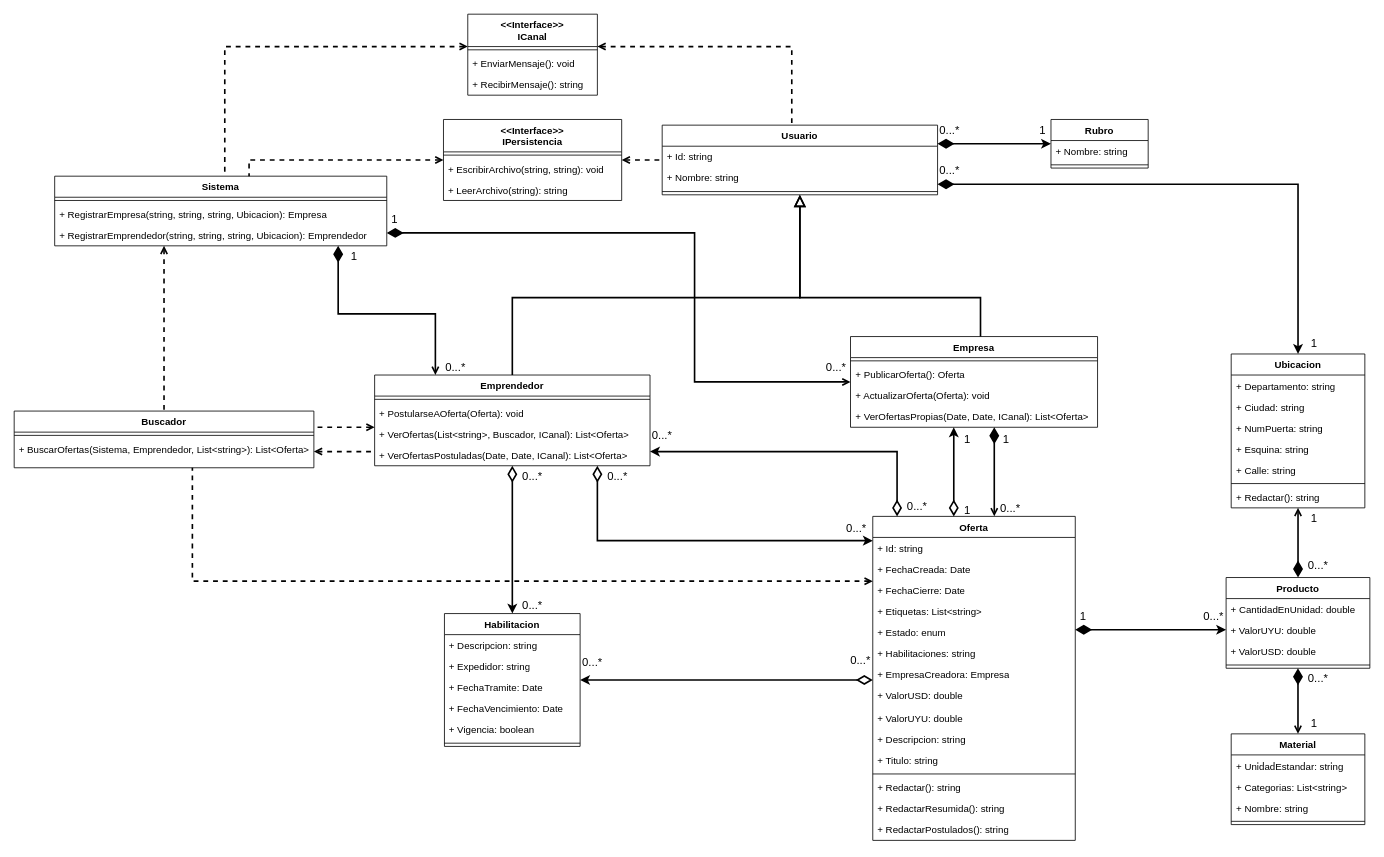
Before: docs/ProyectoFinal_E13_UML(2).drawio in ucudal/PII_2021_2_Equipo13, a draw.io diagram. Source tidied: cells renumbered, new cells numbered last; positions are measured from the earlier drawing's top-left corner, leaving out a move shared by most shapes. Both pictures are drawn from the tidied source at 81%, with x=0, y=0 at pixel (14, 14).
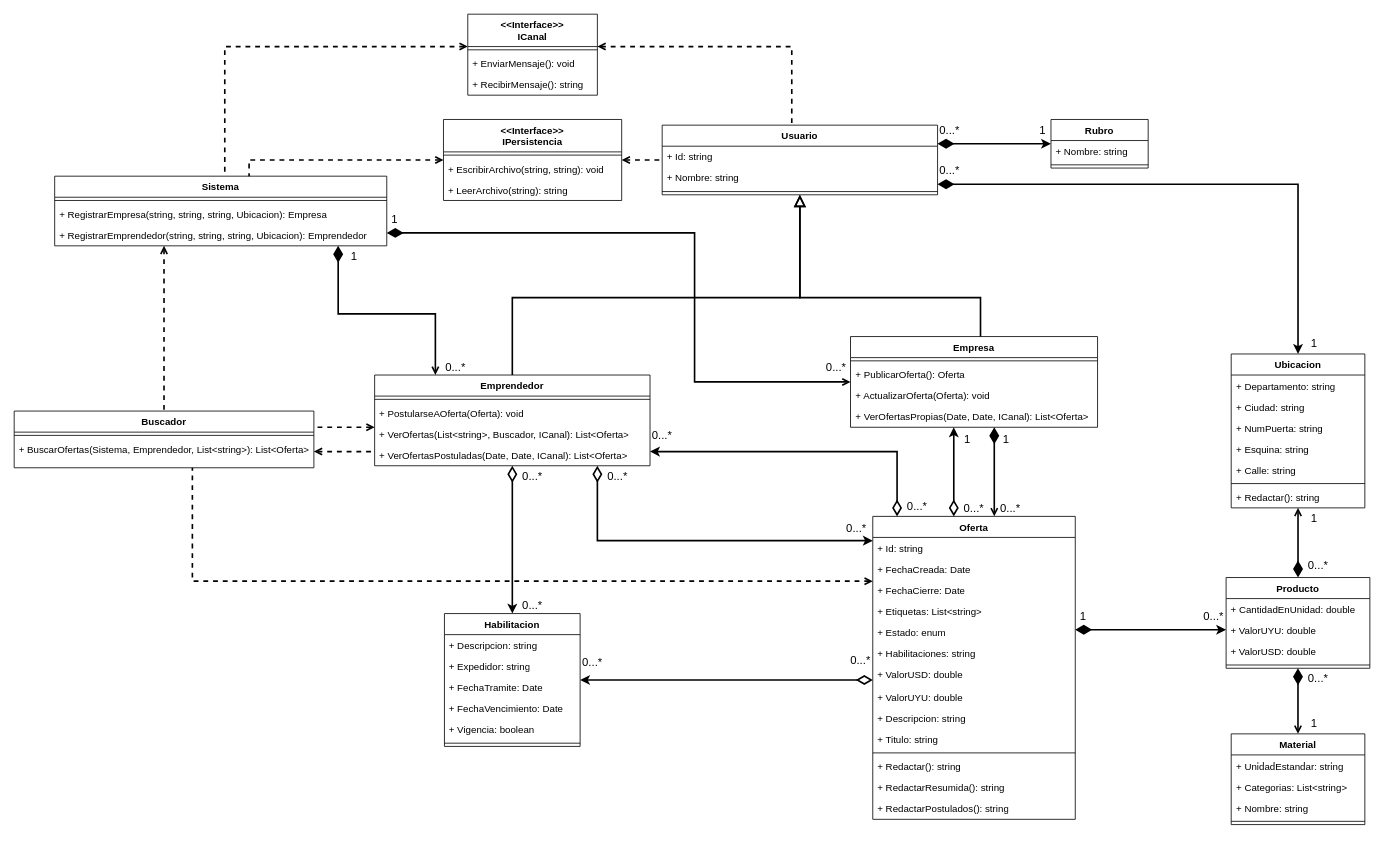
After the change.

The edit, as a diff of the source:
```diff
@@
     <mxCell id="26" value="Oferta" style="swimlane;fontStyle=1;align=center;verticalAlign=top;horizontal=1;startSize=26;hachureGap=4;" parent="1" vertex="1">
-      <mxGeometry x="1060" y="620" width="250" height="400" as="geometry" />
+      <mxGeometry x="1060" y="620" width="250" height="374" as="geometry" />
     </mxCell>
@@
-    <mxCell id="33" value="+ EmpresaCreadora: Empresa" style="text;html=1;strokeColor=none;fillColor=none;align=left;verticalAlign=top;spacingLeft=4;spacingRight=4;whiteSpace=wrap;overflow=hidden;" parent="26" vertex="1">
-      <mxGeometry y="182" width="250" height="26" as="geometry" />
-    </mxCell>
     <mxCell id="34" value="+ ValorUSD: double" style="text;html=1;strokeColor=none;fillColor=none;align=left;verticalAlign=top;spacingLeft=4;spacingRight=4;whiteSpace=wrap;overflow=hidden;" parent="26" vertex="1">
-      <mxGeometry y="208" width="250" height="28" as="geometry" />
+      <mxGeometry y="182" width="250" height="28" as="geometry" />
     </mxCell>
     <mxCell id="35" value="+ ValorUYU: double" style="text;html=1;strokeColor=none;fillColor=none;align=left;verticalAlign=top;spacingLeft=4;spacingRight=4;whiteSpace=wrap;overflow=hidden;" parent="26" vertex="1">
-      <mxGeometry y="236" width="250" height="26" as="geometry" />
+      <mxGeometry y="210" width="250" height="26" as="geometry" />
     </mxCell>
     <mxCell id="36" value="+ Descripcion: string" style="text;strokeColor=none;fillColor=none;align=left;verticalAlign=top;spacingLeft=4;spacingRight=4;overflow=hidden;" parent="26" vertex="1">
-      <mxGeometry y="262" width="250" height="26" as="geometry" />
+      <mxGeometry y="236" width="250" height="26" as="geometry" />
     </mxCell>
     <mxCell id="37" value="+ Titulo: string" style="text;strokeColor=none;fillColor=none;align=left;verticalAlign=top;spacingLeft=4;spacingRight=4;overflow=hidden;" parent="26" vertex="1">
-      <mxGeometry y="288" width="250" height="26" as="geometry" />
+      <mxGeometry y="262" width="250" height="26" as="geometry" />
     </mxCell>
     <mxCell id="38" style="line;strokeWidth=1;fillColor=none;align=left;verticalAlign=middle;spacingTop=-1;spacingLeft=3;spacingRight=3;labelPosition=right;" parent="26" vertex="1">
-      <mxGeometry y="314" width="250" height="8" as="geometry" />
+      <mxGeometry y="288" width="250" height="8" as="geometry" />
     </mxCell>
     <mxCell id="39" value="+ Redactar(): string" style="text;html=1;strokeColor=none;fillColor=none;align=left;verticalAlign=top;spacingLeft=4;spacingRight=4;whiteSpace=wrap;overflow=hidden;" parent="26" vertex="1">
-      <mxGeometry y="322" width="250" height="26" as="geometry" />
+      <mxGeometry y="296" width="250" height="26" as="geometry" />
     </mxCell>
     <mxCell id="40" value="+ RedactarResumida(): string" style="text;html=1;strokeColor=none;fillColor=none;align=left;verticalAlign=top;spacingLeft=4;spacingRight=4;whiteSpace=wrap;overflow=hidden;" parent="26" vertex="1">
-      <mxGeometry y="348" width="250" height="26" as="geometry" />
+      <mxGeometry y="322" width="250" height="26" as="geometry" />
     </mxCell>
     <mxCell id="41" value="+ RedactarPostulados(): string" style="text;html=1;strokeColor=none;fillColor=none;align=left;verticalAlign=top;spacingLeft=4;spacingRight=4;whiteSpace=wrap;overflow=hidden;" parent="26" vertex="1">
-      <mxGeometry y="374" width="250" height="26" as="geometry" />
+      <mxGeometry y="348" width="250" height="26" as="geometry" />
     </mxCell>
@@
-    <mxCell id="110" value="1" style="text;html=1;strokeColor=none;fillColor=none;align=center;verticalAlign=middle;whiteSpace=wrap;rounded=0;hachureGap=4;fontSize=14;" parent="1" vertex="1">
-      <mxGeometry x="1167" y="599" width="20" height="25" as="geometry" />
-    </mxCell>
@@
+    <mxCell id="124" value="0...*" style="text;html=1;strokeColor=none;fillColor=none;align=center;verticalAlign=middle;whiteSpace=wrap;rounded=0;hachureGap=4;fontSize=14;" parent="1" vertex="1">
+      <mxGeometry x="1165" y="600" width="40" height="20" as="geometry" />
+    </mxCell>
```
